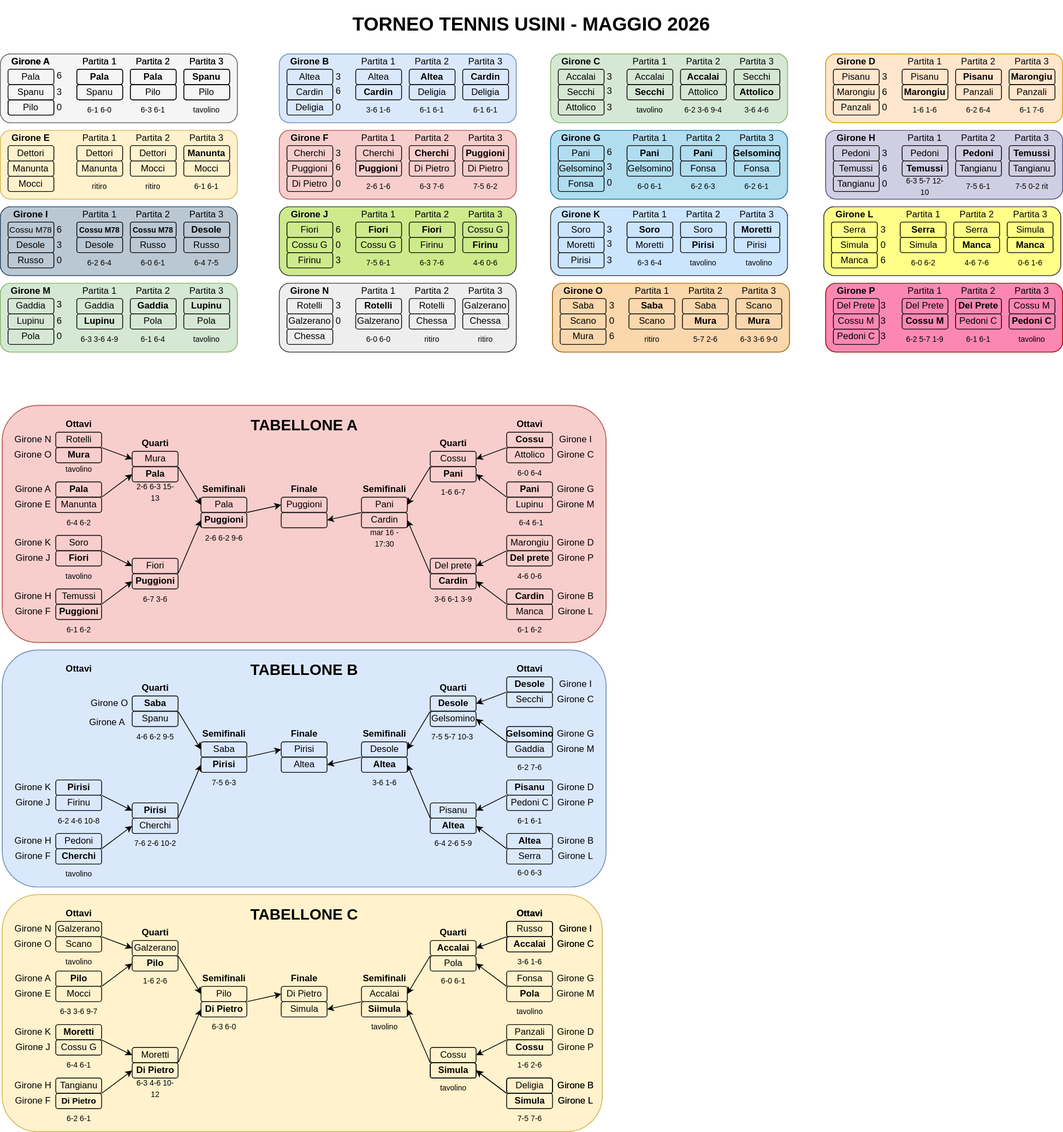
This is torneo-tennis-2026/tabellone.drawio.svg from cscalaresu/tornei, a draw.io export, as it was before one commit. Source tidied: cells renumbered, new cells last; positions are measured from the earlier drawing's top-left corner, leaving out a move shared by most shapes.
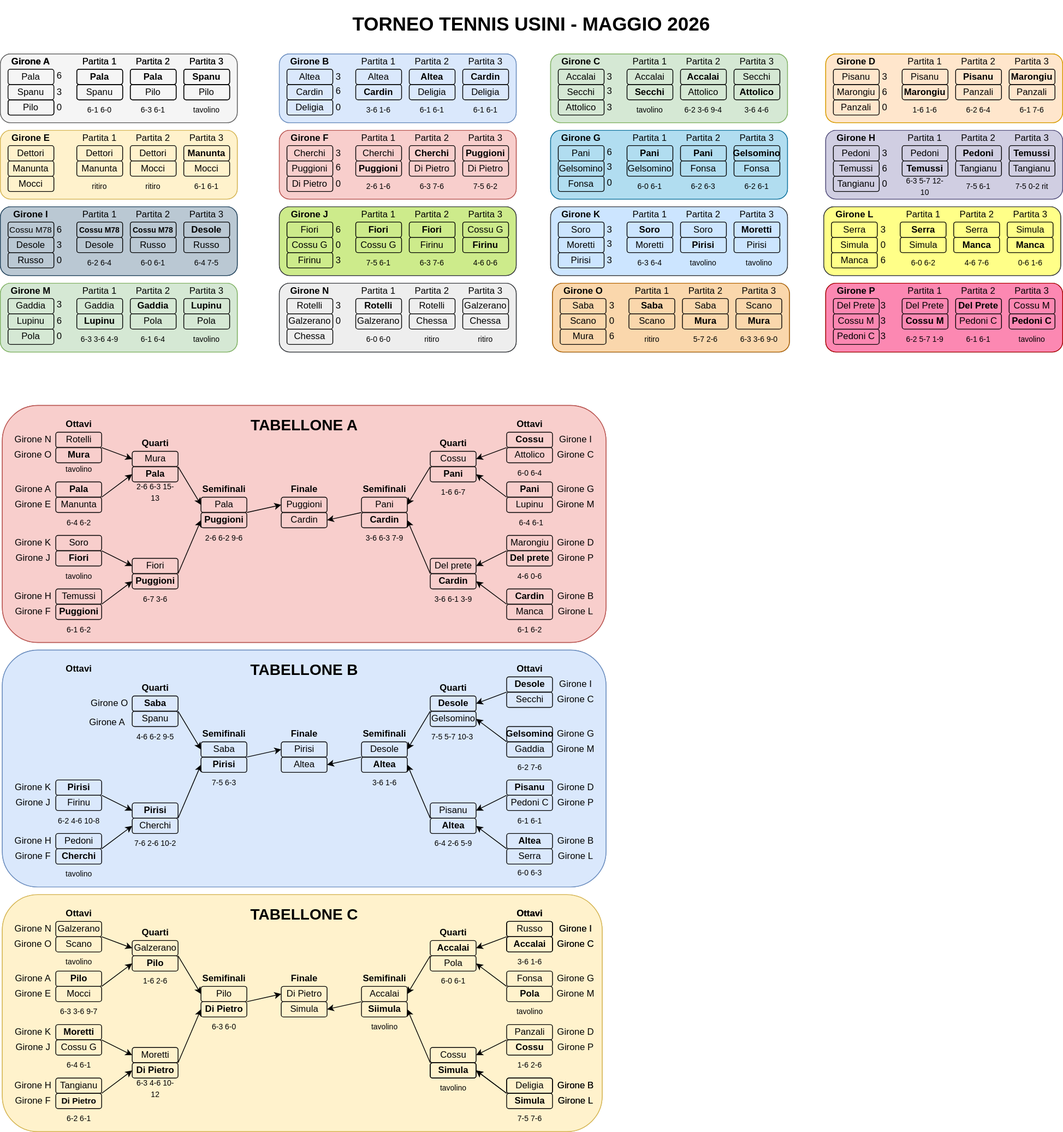
After the change.

What changed in the source:
```diff
@@ -1465,7 +1465,7 @@
     <mxCell id="486" value="&lt;div&gt;Puggioni&lt;/div&gt;" style="rounded=1;whiteSpace=wrap;html=1;fillColor=none;" parent="1" vertex="1">
       <mxGeometry x="367.5" y="650" width="60" height="20" as="geometry" />
     </mxCell>
-    <mxCell id="487" value="&lt;div&gt;&lt;br&gt;&lt;/div&gt;" style="rounded=1;whiteSpace=wrap;html=1;fillColor=none;" parent="1" vertex="1">
+    <mxCell id="487" value="&lt;div&gt;Cardin&lt;/div&gt;" style="rounded=1;whiteSpace=wrap;html=1;fillColor=none;" parent="1" vertex="1">
       <mxGeometry x="367.5" y="670" width="60" height="20" as="geometry" />
     </mxCell>
     <mxCell id="488" style="endArrow=classic;html=1;rounded=0;exitX=1;exitY=0;exitDx=0;exitDy=0;entryX=0;entryY=0.5;entryDx=0;entryDy=0;" parent="1" edge="1" source="474" target="484">
@@ -1480,7 +1480,7 @@
     <mxCell id="491" value="&lt;div&gt;Pani&lt;/div&gt;" style="rounded=1;whiteSpace=wrap;html=1;fillColor=none;" parent="1" vertex="1">
       <mxGeometry x="472.5" y="650" width="60" height="20" as="geometry" />
     </mxCell>
-    <mxCell id="492" value="&lt;div&gt;Cardin&lt;/div&gt;" style="rounded=1;whiteSpace=wrap;html=1;fillColor=none;" parent="1" vertex="1">
+    <mxCell id="492" value="&lt;div&gt;Cardin&lt;/div&gt;" style="rounded=1;whiteSpace=wrap;html=1;fillColor=none;fontStyle=1;" parent="1" vertex="1">
       <mxGeometry x="472.5" y="670" width="60" height="20" as="geometry" />
     </mxCell>
     <mxCell id="493" value="&lt;div&gt;Cossu&lt;/div&gt;" style="rounded=1;whiteSpace=wrap;html=1;fillColor=none;" parent="1" vertex="1">
@@ -2393,7 +2393,7 @@
     <mxCell id="793" value="&lt;font style=&quot;font-size: 10px;&quot;&gt;tavolino&lt;/font&gt;" style="text;html=1;whiteSpace=wrap;strokeColor=none;fillColor=none;align=center;verticalAlign=middle;rounded=0;" parent="1" vertex="1">
       <mxGeometry x="472.5" y="1330" width="60" height="25" as="geometry" />
     </mxCell>
-    <mxCell id="794" value="&lt;font size=&quot;1&quot;&gt;mar 16 - 17:30&lt;/font&gt;" style="text;html=1;whiteSpace=wrap;strokeColor=none;fillColor=none;align=center;verticalAlign=middle;rounded=0;" parent="1" vertex="1">
+    <mxCell id="794" value="&lt;font size=&quot;1&quot;&gt;3-6 6-3 7-9&lt;/font&gt;" style="text;html=1;whiteSpace=wrap;strokeColor=none;fillColor=none;align=center;verticalAlign=middle;rounded=0;" parent="1" vertex="1">
       <mxGeometry x="472.5" y="690" width="60" height="25" as="geometry" />
     </mxCell>
   </root>
```
